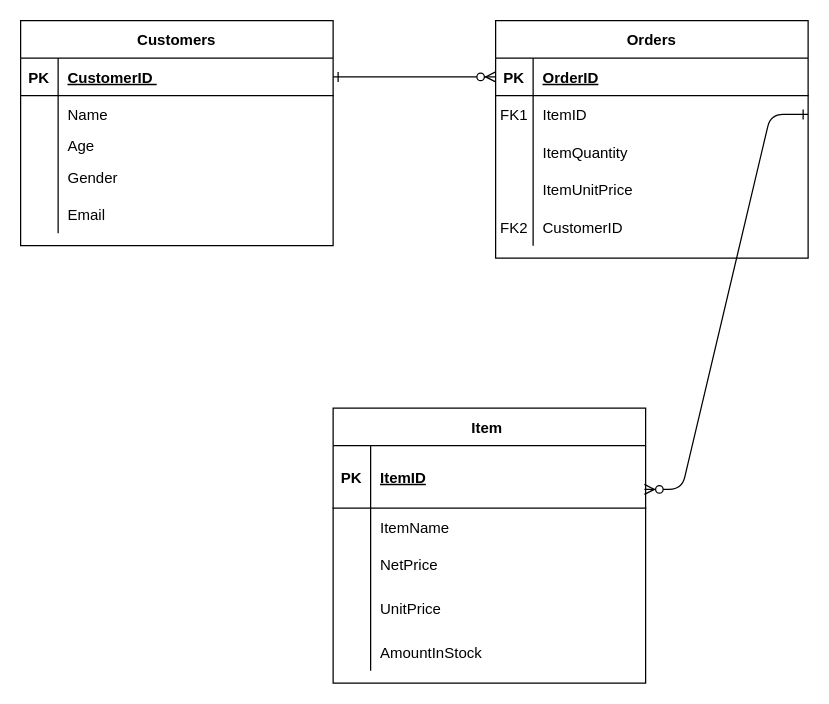
Earlier version of the draw.io diagram hw1_3_3.drawio (piwang1994/MADMAN). Source tidied: cells renumbered, new cells numbered last; positions are measured from the earlier drawing's top-left corner, leaving out a move shared by most shapes. Both pictures are drawn from the tidied source at 125%, with x=0, y=0 at pixel (20, 20).
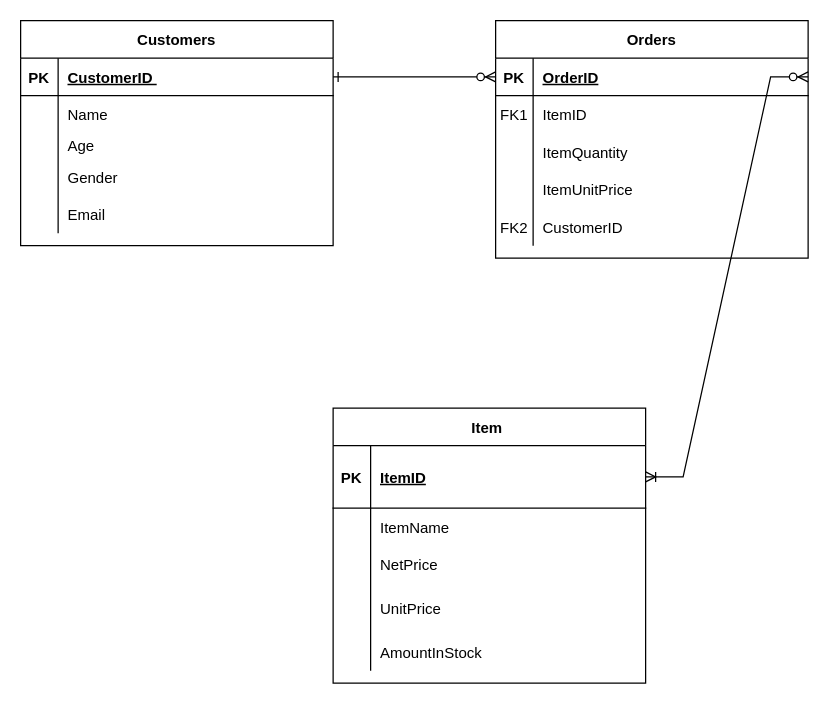
The same page after the edit.

The change refers to these unchanged cells:
```xml
<mxCell id="5" style="shape=partialRectangle;fillColor=none;points=[[0,0.5],[1,0.5]];portConstraint=eastwest;top=0;left=0;right=0;bottom=1;" parent="4" vertex="1">
  <mxGeometry y="30" width="250" height="30" as="geometry" />
</mxCell>
<mxCell id="8" style="shape=partialRectangle;fillColor=none;points=[[0,0.5],[1,0.5]];portConstraint=eastwest;top=0;left=0;right=0;bottom=0;" parent="4" vertex="1">
  <mxGeometry y="60" width="250" height="30" as="geometry" />
</mxCell>
<mxCell id="21" style="shape=partialRectangle;fillColor=none;points=[[0,0.5],[1,0.5]];portConstraint=eastwest;top=0;left=0;right=0;bottom=1;" parent="20" vertex="1">
  <mxGeometry y="30" width="250" height="50" as="geometry" />
</mxCell>
```

Change to the diagram source:
```diff
@@
-    <mxCell id="3" style="edgeStyle=entityRelationEdgeStyle;endArrow=ERzeroToMany;startArrow=ERone;endFill=1;startFill=0;exitX=1;exitY=0.5;exitDx=0;exitDy=0;entryX=0.996;entryY=0.7;entryDx=0;entryDy=0;entryPerimeter=0;" parent="1" edge="1" source="8" target="21">
-      <mxGeometry relative="1" as="geometry" />
-    </mxCell>
@@
+    <mxCell id="52" style="edgeStyle=entityRelationEdgeStyle;fontSize=12;html=1;endArrow=ERoneToMany;startArrow=ERzeroToMany;rounded=0;entryX=1;entryY=0.5;entryDx=0;entryDy=0;exitX=1;exitY=0.5;exitDx=0;exitDy=0;" parent="1" edge="1" source="5" target="21">
+      <mxGeometry relative="1" as="geometry" />
+    </mxCell>
```
